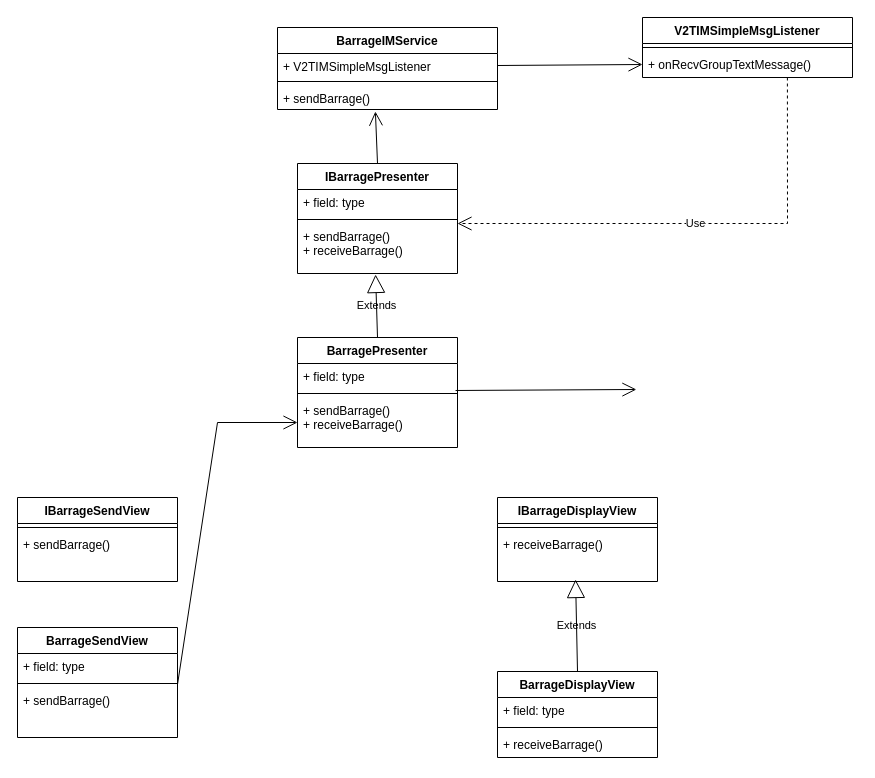
Above: diagrams/弹幕组件.drawio in paopaosecret/resources (draw.io), before the change. Source tidied: cells renumbered, new cells numbered last; positions are measured from the earlier drawing's top-left corner, leaving out a move shared by most shapes. Both pictures are drawn from the tidied source at 100%, with x=0, y=0 at pixel (17, 17).
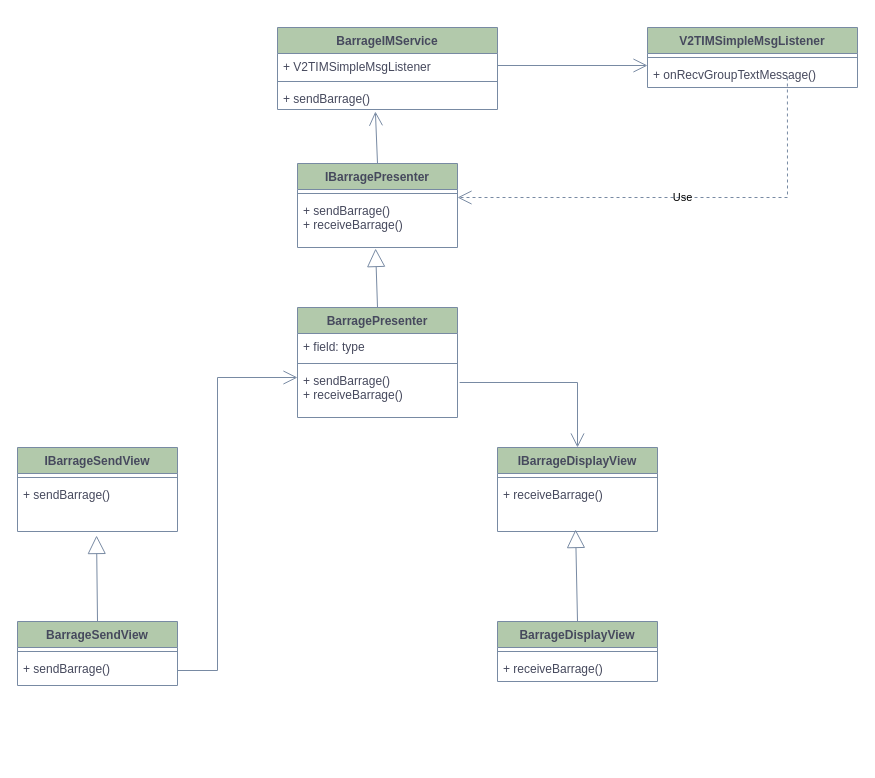
After the change.

Commit message:
更新弹幕组件.drawio

The edit, as a diff of the source:
```diff
@@
-    <mxCell id="2" value="V2TIMSimpleMsgListener" style="swimlane;fontStyle=1;align=center;verticalAlign=top;horizontal=1;startSize=26;whiteSpace=wrap;html=1;labelBackgroundColor=none;" parent="1" vertex="1">
-      <mxGeometry x="625" width="210" height="60" as="geometry" />
+    <mxCell id="2" value="V2TIMSimpleMsgListener" style="swimlane;fontStyle=1;align=center;verticalAlign=top;horizontal=1;startSize=26;whiteSpace=wrap;html=1;labelBackgroundColor=none;fillColor=#B2C9AB;strokeColor=#788AA3;fontColor=#46495D;" parent="1" vertex="1">
+      <mxGeometry x="630" y="10" width="210" height="60" as="geometry" />
     </mxCell>
-    <mxCell id="3" style="line;strokeWidth=1;align=left;verticalAlign=middle;spacingTop=-1;spacingLeft=3;spacingRight=3;labelPosition=right;labelBackgroundColor=none;" parent="2" vertex="1">
+    <mxCell id="3" style="line;strokeWidth=1;align=left;verticalAlign=middle;spacingTop=-1;spacingLeft=3;spacingRight=3;labelPosition=right;labelBackgroundColor=none;fillColor=#B2C9AB;strokeColor=#788AA3;fontColor=#46495D;" parent="2" vertex="1">
       <mxGeometry y="26" width="210" height="8" as="geometry" />
     </mxCell>
-    <mxCell id="4" value="+&amp;nbsp;onRecvGroupTextMessage()" style="text;align=left;verticalAlign=top;spacingLeft=4;spacingRight=4;overflow=hidden;points=[[0,0.5],[1,0.5]];portConstraint=eastwest;whiteSpace=wrap;html=1;labelBackgroundColor=none;" parent="2" vertex="1">
+    <mxCell id="4" value="+&amp;nbsp;onRecvGroupTextMessage()" style="text;align=left;verticalAlign=top;spacingLeft=4;spacingRight=4;overflow=hidden;points=[[0,0.5],[1,0.5]];portConstraint=eastwest;whiteSpace=wrap;html=1;labelBackgroundColor=none;fontColor=#46495D;" parent="2" vertex="1">
       <mxGeometry y="34" width="210" height="26" as="geometry" />
     </mxCell>
-    <mxCell id="5" value="BarrageIMService" style="swimlane;fontStyle=1;align=center;verticalAlign=top;horizontal=1;startSize=26;whiteSpace=wrap;html=1;labelBackgroundColor=none;" parent="1" vertex="1">
+    <mxCell id="5" value="BarrageIMService" style="swimlane;fontStyle=1;align=center;verticalAlign=top;horizontal=1;startSize=26;whiteSpace=wrap;html=1;labelBackgroundColor=none;fillColor=#B2C9AB;strokeColor=#788AA3;fontColor=#46495D;" parent="1" vertex="1">
       <mxGeometry x="260" y="10" width="220" height="82" as="geometry" />
     </mxCell>
-    <mxCell id="6" value="+&amp;nbsp;V2TIMSimpleMsgListener" style="text;align=left;verticalAlign=top;spacingLeft=4;spacingRight=4;overflow=hidden;points=[[0,0.5],[1,0.5]];portConstraint=eastwest;whiteSpace=wrap;html=1;labelBackgroundColor=none;" parent="5" vertex="1">
+    <mxCell id="6" value="+&amp;nbsp;V2TIMSimpleMsgListener" style="text;align=left;verticalAlign=top;spacingLeft=4;spacingRight=4;overflow=hidden;points=[[0,0.5],[1,0.5]];portConstraint=eastwest;whiteSpace=wrap;html=1;labelBackgroundColor=none;fontColor=#46495D;" parent="5" vertex="1">
       <mxGeometry y="26" width="220" height="24" as="geometry" />
     </mxCell>
-    <mxCell id="7" style="line;strokeWidth=1;align=left;verticalAlign=middle;spacingTop=-1;spacingLeft=3;spacingRight=3;labelPosition=right;labelBackgroundColor=none;" parent="5" vertex="1">
+    <mxCell id="7" style="line;strokeWidth=1;align=left;verticalAlign=middle;spacingTop=-1;spacingLeft=3;spacingRight=3;labelPosition=right;labelBackgroundColor=none;fillColor=#B2C9AB;strokeColor=#788AA3;fontColor=#46495D;" parent="5" vertex="1">
       <mxGeometry y="50" width="220" height="8" as="geometry" />
     </mxCell>
-    <mxCell id="8" value="+&amp;nbsp;sendBarrage()" style="text;align=left;verticalAlign=top;spacingLeft=4;spacingRight=4;overflow=hidden;points=[[0,0.5],[1,0.5]];portConstraint=eastwest;whiteSpace=wrap;html=1;labelBackgroundColor=none;" parent="5" vertex="1">
+    <mxCell id="8" value="+&amp;nbsp;sendBarrage()" style="text;align=left;verticalAlign=top;spacingLeft=4;spacingRight=4;overflow=hidden;points=[[0,0.5],[1,0.5]];portConstraint=eastwest;whiteSpace=wrap;html=1;labelBackgroundColor=none;fontColor=#46495D;" parent="5" vertex="1">
       <mxGeometry y="58" width="220" height="24" as="geometry" />
     </mxCell>
-    <mxCell id="9" style="endArrow=open;endFill=1;endSize=12;html=1;rounded=0;exitX=1;exitY=0.5;exitDx=0;exitDy=0;entryX=0;entryY=0.5;entryDx=0;entryDy=0;labelBackgroundColor=none;fontColor=default;" parent="1" edge="1" source="6" target="4">
+    <mxCell id="9" style="endArrow=open;endFill=1;endSize=12;html=1;rounded=0;exitX=1;exitY=0.5;exitDx=0;exitDy=0;entryX=0;entryY=0.154;entryDx=0;entryDy=0;labelBackgroundColor=none;fontColor=default;entryPerimeter=0;strokeColor=#788AA3;" parent="1" edge="1" source="6" target="4">
       <mxGeometry relative="1" as="geometry" />
     </mxCell>
-    <mxCell id="10" value="IBarragePresenter" style="swimlane;fontStyle=1;align=center;verticalAlign=top;horizontal=1;startSize=26;whiteSpace=wrap;html=1;labelBackgroundColor=none;" parent="1" vertex="1">
-      <mxGeometry x="280" y="146" width="160" height="110" as="geometry" />
+    <mxCell id="10" value="IBarragePresenter" style="swimlane;fontStyle=1;align=center;verticalAlign=top;horizontal=1;startSize=26;whiteSpace=wrap;html=1;labelBackgroundColor=none;fillColor=#B2C9AB;strokeColor=#788AA3;fontColor=#46495D;" parent="1" vertex="1">
+      <mxGeometry x="280" y="146" width="160" height="84" as="geometry" />
     </mxCell>
-    <mxCell id="11" value="+ field: type" style="text;align=left;verticalAlign=top;spacingLeft=4;spacingRight=4;overflow=hidden;whiteSpace=wrap;html=1;labelBackgroundColor=none;" parent="10" vertex="1">
-      <mxGeometry y="26" width="160" height="26" as="geometry" />
-    </mxCell>
-    <mxCell id="12" style="line;strokeWidth=1;align=left;verticalAlign=middle;spacingTop=-1;spacingLeft=3;spacingRight=3;labelPosition=right;labelBackgroundColor=none;" parent="10" vertex="1">
-      <mxGeometry y="52" width="160" height="8" as="geometry" />
+    <mxCell id="12" style="line;strokeWidth=1;align=left;verticalAlign=middle;spacingTop=-1;spacingLeft=3;spacingRight=3;labelPosition=right;labelBackgroundColor=none;fillColor=#B2C9AB;strokeColor=#788AA3;fontColor=#46495D;" parent="10" vertex="1">
+      <mxGeometry y="26" width="160" height="8" as="geometry" />
     </mxCell>
-    <mxCell id="13" value="+&amp;nbsp;sendBarrage()&lt;br&gt;+&amp;nbsp;receiveBarrage()" style="text;align=left;verticalAlign=top;spacingLeft=4;spacingRight=4;overflow=hidden;points=[[0,0.5],[1,0.5]];portConstraint=eastwest;whiteSpace=wrap;html=1;labelBackgroundColor=none;" parent="10" vertex="1">
-      <mxGeometry y="60" width="160" height="50" as="geometry" />
+    <mxCell id="13" value="+&amp;nbsp;sendBarrage()&lt;br&gt;+&amp;nbsp;receiveBarrage()" style="text;align=left;verticalAlign=top;spacingLeft=4;spacingRight=4;overflow=hidden;points=[[0,0.5],[1,0.5]];portConstraint=eastwest;whiteSpace=wrap;html=1;labelBackgroundColor=none;fontColor=#46495D;" parent="10" vertex="1">
+      <mxGeometry y="34" width="160" height="50" as="geometry" />
     </mxCell>
-    <mxCell id="14" style="endArrow=open;endFill=1;endSize=12;html=1;rounded=0;exitX=0.5;exitY=0;exitDx=0;exitDy=0;labelBackgroundColor=none;fontColor=default;entryX=0.445;entryY=1.083;entryDx=0;entryDy=0;entryPerimeter=0;" parent="1" edge="1" source="10" target="8">
+    <mxCell id="14" style="endArrow=open;endFill=1;endSize=12;html=1;rounded=0;exitX=0.5;exitY=0;exitDx=0;exitDy=0;labelBackgroundColor=none;fontColor=default;entryX=0.445;entryY=1.083;entryDx=0;entryDy=0;entryPerimeter=0;strokeColor=#788AA3;" parent="1" edge="1" source="10" target="8">
       <mxGeometry relative="1" as="geometry" />
     </mxCell>
-    <mxCell id="15" style="endArrow=open;endFill=1;endSize=12;html=1;rounded=0;entryX=-0.005;entryY=-0.077;entryDx=0;entryDy=0;entryPerimeter=0;labelBackgroundColor=none;fontColor=default;exitX=0.988;exitY=1.038;exitDx=0;exitDy=0;exitPerimeter=0;" parent="1" edge="1" source="22">
+    <mxCell id="15" style="endArrow=open;endFill=1;endSize=12;html=1;rounded=0;entryX=0.5;entryY=0;entryDx=0;entryDy=0;labelBackgroundColor=none;fontColor=default;exitX=1.013;exitY=0.3;exitDx=0;exitDy=0;exitPerimeter=0;strokeColor=#788AA3;" parent="1" edge="1" source="24" target="34">
       <mxGeometry relative="1" as="geometry">
-        <mxPoint x="618.9" y="372" as="targetPoint" />
+        <Array as="points">
+          <mxPoint x="560" y="365" />
+        </Array>
       </mxGeometry>
     </mxCell>
-    <mxCell id="16" value="BarrageDisplayView" style="swimlane;fontStyle=1;align=center;verticalAlign=top;horizontal=1;startSize=26;whiteSpace=wrap;html=1;labelBackgroundColor=none;" parent="1" vertex="1">
-      <mxGeometry x="480" y="654" width="160" height="86" as="geometry" />
+    <mxCell id="16" value="BarrageDisplayView" style="swimlane;fontStyle=1;align=center;verticalAlign=top;horizontal=1;startSize=26;whiteSpace=wrap;html=1;labelBackgroundColor=none;fillColor=#B2C9AB;strokeColor=#788AA3;fontColor=#46495D;" parent="1" vertex="1">
+      <mxGeometry x="480" y="604" width="160" height="60" as="geometry" />
     </mxCell>
-    <mxCell id="17" value="+ field: type" style="text;align=left;verticalAlign=top;spacingLeft=4;spacingRight=4;overflow=hidden;whiteSpace=wrap;html=1;labelBackgroundColor=none;" parent="16" vertex="1">
-      <mxGeometry y="26" width="160" height="26" as="geometry" />
-    </mxCell>
-    <mxCell id="18" style="line;strokeWidth=1;align=left;verticalAlign=middle;spacingTop=-1;spacingLeft=3;spacingRight=3;labelPosition=right;labelBackgroundColor=none;" parent="16" vertex="1">
-      <mxGeometry y="52" width="160" height="8" as="geometry" />
+    <mxCell id="18" style="line;strokeWidth=1;align=left;verticalAlign=middle;spacingTop=-1;spacingLeft=3;spacingRight=3;labelPosition=right;labelBackgroundColor=none;fillColor=#B2C9AB;strokeColor=#788AA3;fontColor=#46495D;" parent="16" vertex="1">
+      <mxGeometry y="26" width="160" height="8" as="geometry" />
     </mxCell>
-    <mxCell id="19" value="+&amp;nbsp;receiveBarrage()" style="text;align=left;verticalAlign=top;spacingLeft=4;spacingRight=4;overflow=hidden;whiteSpace=wrap;html=1;labelBackgroundColor=none;" parent="16" vertex="1">
-      <mxGeometry y="60" width="160" height="26" as="geometry" />
+    <mxCell id="19" value="+&amp;nbsp;receiveBarrage()" style="text;align=left;verticalAlign=top;spacingLeft=4;spacingRight=4;overflow=hidden;whiteSpace=wrap;html=1;labelBackgroundColor=none;fontColor=#46495D;" parent="16" vertex="1">
+      <mxGeometry y="34" width="160" height="26" as="geometry" />
     </mxCell>
-    <mxCell id="20" value="Extends" style="endArrow=block;endSize=16;endFill=0;html=1;rounded=0;exitX=0.5;exitY=0;exitDx=0;exitDy=0;entryX=0.488;entryY=0.96;entryDx=0;entryDy=0;entryPerimeter=0;labelBackgroundColor=none;fontColor=default;" parent="1" edge="1" source="16" target="36">
+    <mxCell id="20" style="endArrow=block;endSize=16;endFill=0;html=1;rounded=0;exitX=0.5;exitY=0;exitDx=0;exitDy=0;entryX=0.488;entryY=0.96;entryDx=0;entryDy=0;entryPerimeter=0;labelBackgroundColor=none;fontColor=default;strokeColor=#788AA3;" parent="1" edge="1" source="16" target="36">
       <mxGeometry relative="1" as="geometry" />
     </mxCell>
-    <mxCell id="21" value="BarragePresenter" style="swimlane;fontStyle=1;align=center;verticalAlign=top;horizontal=1;startSize=26;whiteSpace=wrap;html=1;labelBackgroundColor=none;" parent="1" vertex="1">
-      <mxGeometry x="280" y="320" width="160" height="110" as="geometry" />
+    <mxCell id="21" value="BarragePresenter" style="swimlane;fontStyle=1;align=center;verticalAlign=top;horizontal=1;startSize=26;whiteSpace=wrap;html=1;labelBackgroundColor=none;fillColor=#B2C9AB;strokeColor=#788AA3;fontColor=#46495D;" parent="1" vertex="1">
+      <mxGeometry x="280" y="290" width="160" height="110" as="geometry" />
     </mxCell>
-    <mxCell id="22" value="+ field: type" style="text;align=left;verticalAlign=top;spacingLeft=4;spacingRight=4;overflow=hidden;points=[[0,0.5],[1,0.5]];portConstraint=eastwest;whiteSpace=wrap;html=1;labelBackgroundColor=none;" parent="21" vertex="1">
+    <mxCell id="22" value="+ field: type" style="text;align=left;verticalAlign=top;spacingLeft=4;spacingRight=4;overflow=hidden;points=[[0,0.5],[1,0.5]];portConstraint=eastwest;whiteSpace=wrap;html=1;labelBackgroundColor=none;fontColor=#46495D;" parent="21" vertex="1">
       <mxGeometry y="26" width="160" height="26" as="geometry" />
     </mxCell>
-    <mxCell id="23" style="line;strokeWidth=1;align=left;verticalAlign=middle;spacingTop=-1;spacingLeft=3;spacingRight=3;labelPosition=right;labelBackgroundColor=none;" parent="21" vertex="1">
+    <mxCell id="23" style="line;strokeWidth=1;align=left;verticalAlign=middle;spacingTop=-1;spacingLeft=3;spacingRight=3;labelPosition=right;labelBackgroundColor=none;fillColor=#B2C9AB;strokeColor=#788AA3;fontColor=#46495D;" parent="21" vertex="1">
       <mxGeometry y="52" width="160" height="8" as="geometry" />
     </mxCell>
-    <mxCell id="24" value="+&amp;nbsp;sendBarrage()&lt;br&gt;+&amp;nbsp;receiveBarrage()" style="text;align=left;verticalAlign=top;spacingLeft=4;spacingRight=4;overflow=hidden;points=[[0,0.5],[1,0.5]];portConstraint=eastwest;whiteSpace=wrap;html=1;labelBackgroundColor=none;" parent="21" vertex="1">
+    <mxCell id="24" value="+&amp;nbsp;sendBarrage()&lt;br&gt;+&amp;nbsp;receiveBarrage()" style="text;align=left;verticalAlign=top;spacingLeft=4;spacingRight=4;overflow=hidden;points=[[0,0.5],[1,0.5]];portConstraint=eastwest;whiteSpace=wrap;html=1;labelBackgroundColor=none;fontColor=#46495D;" parent="21" vertex="1">
       <mxGeometry y="60" width="160" height="50" as="geometry" />
     </mxCell>
-    <mxCell id="25" value="BarrageSendView" style="swimlane;fontStyle=1;align=center;verticalAlign=top;horizontal=1;startSize=26;whiteSpace=wrap;html=1;labelBackgroundColor=none;" parent="1" vertex="1">
-      <mxGeometry y="610" width="160" height="110" as="geometry" />
+    <mxCell id="25" value="BarrageSendView" style="swimlane;fontStyle=1;align=center;verticalAlign=top;horizontal=1;startSize=26;whiteSpace=wrap;html=1;labelBackgroundColor=none;fillColor=#B2C9AB;strokeColor=#788AA3;fontColor=#46495D;" parent="1" vertex="1">
+      <mxGeometry y="604" width="160" height="64" as="geometry" />
     </mxCell>
-    <mxCell id="26" value="+ field: type" style="text;align=left;verticalAlign=top;spacingLeft=4;spacingRight=4;overflow=hidden;points=[[0,0.5],[1,0.5]];portConstraint=eastwest;whiteSpace=wrap;html=1;labelBackgroundColor=none;" parent="25" vertex="1">
-      <mxGeometry y="26" width="160" height="26" as="geometry" />
-    </mxCell>
-    <mxCell id="27" style="line;strokeWidth=1;align=left;verticalAlign=middle;spacingTop=-1;spacingLeft=3;spacingRight=3;labelPosition=right;labelBackgroundColor=none;" parent="25" vertex="1">
-      <mxGeometry y="52" width="160" height="8" as="geometry" />
+    <mxCell id="27" style="line;strokeWidth=1;align=left;verticalAlign=middle;spacingTop=-1;spacingLeft=3;spacingRight=3;labelPosition=right;labelBackgroundColor=none;fillColor=#B2C9AB;strokeColor=#788AA3;fontColor=#46495D;" parent="25" vertex="1">
+      <mxGeometry y="26" width="160" height="8" as="geometry" />
     </mxCell>
-    <mxCell id="28" value="+&amp;nbsp;sendBarrage()" style="text;align=left;verticalAlign=top;spacingLeft=4;spacingRight=4;overflow=hidden;points=[[0,0.5],[1,0.5]];portConstraint=eastwest;whiteSpace=wrap;html=1;labelBackgroundColor=none;" parent="25" vertex="1">
-      <mxGeometry y="60" width="160" height="50" as="geometry" />
+    <mxCell id="28" value="+&amp;nbsp;sendBarrage()" style="text;align=left;verticalAlign=top;spacingLeft=4;spacingRight=4;overflow=hidden;points=[[0,0.5],[1,0.5]];portConstraint=eastwest;whiteSpace=wrap;html=1;labelBackgroundColor=none;fontColor=#46495D;" parent="25" vertex="1">
+      <mxGeometry y="34" width="160" height="30" as="geometry" />
     </mxCell>
-    <mxCell id="29" value="Use" style="endArrow=open;endSize=12;dashed=1;html=1;rounded=0;exitX=0.314;exitY=1.038;exitDx=0;exitDy=0;exitPerimeter=0;entryX=1;entryY=0;entryDx=0;entryDy=0;entryPerimeter=0;" parent="1" edge="1" target="13">
+    <mxCell id="29" value="Use" style="endArrow=open;endSize=12;dashed=1;html=1;rounded=0;exitX=0.314;exitY=1.038;exitDx=0;exitDy=0;exitPerimeter=0;entryX=1;entryY=0;entryDx=0;entryDy=0;entryPerimeter=0;labelBackgroundColor=none;strokeColor=#788AA3;fontColor=default;" parent="1" edge="1" target="13">
       <mxGeometry relative="1" as="geometry">
         <mxPoint x="769.9" y="60" as="sourcePoint" />
         <Array as="points">
-          <mxPoint x="770" y="206" />
+          <mxPoint x="770" y="180" />
         </Array>
       </mxGeometry>
     </mxCell>
-    <mxCell id="30" value="IBarrageSendView" style="swimlane;fontStyle=1;align=center;verticalAlign=top;horizontal=1;startSize=26;whiteSpace=wrap;html=1;labelBackgroundColor=none;" parent="1" vertex="1">
-      <mxGeometry y="480" width="160" height="84" as="geometry" />
+    <mxCell id="30" value="IBarrageSendView" style="swimlane;fontStyle=1;align=center;verticalAlign=top;horizontal=1;startSize=26;whiteSpace=wrap;html=1;labelBackgroundColor=none;fillColor=#B2C9AB;strokeColor=#788AA3;fontColor=#46495D;" parent="1" vertex="1">
+      <mxGeometry y="430" width="160" height="84" as="geometry" />
     </mxCell>
-    <mxCell id="31" style="line;strokeWidth=1;align=left;verticalAlign=middle;spacingTop=-1;spacingLeft=3;spacingRight=3;labelPosition=right;labelBackgroundColor=none;" parent="30" vertex="1">
+    <mxCell id="31" style="line;strokeWidth=1;align=left;verticalAlign=middle;spacingTop=-1;spacingLeft=3;spacingRight=3;labelPosition=right;labelBackgroundColor=none;fillColor=#B2C9AB;strokeColor=#788AA3;fontColor=#46495D;" parent="30" vertex="1">
       <mxGeometry y="26" width="160" height="8" as="geometry" />
     </mxCell>
-    <mxCell id="32" value="+&amp;nbsp;sendBarrage()" style="text;align=left;verticalAlign=top;spacingLeft=4;spacingRight=4;overflow=hidden;points=[[0,0.5],[1,0.5]];portConstraint=eastwest;whiteSpace=wrap;html=1;labelBackgroundColor=none;" parent="30" vertex="1">
+    <mxCell id="32" value="+&amp;nbsp;sendBarrage()" style="text;align=left;verticalAlign=top;spacingLeft=4;spacingRight=4;overflow=hidden;points=[[0,0.5],[1,0.5]];portConstraint=eastwest;whiteSpace=wrap;html=1;labelBackgroundColor=none;fontColor=#46495D;" parent="30" vertex="1">
       <mxGeometry y="34" width="160" height="50" as="geometry" />
     </mxCell>
-    <mxCell id="33" value="Extends" style="endArrow=block;endSize=16;endFill=0;html=1;rounded=0;exitX=0.5;exitY=0;exitDx=0;exitDy=0;entryX=0.488;entryY=1.02;entryDx=0;entryDy=0;entryPerimeter=0;labelBackgroundColor=none;fontColor=default;" parent="1" edge="1" source="21" target="13">
+    <mxCell id="33" style="endArrow=block;endSize=16;endFill=0;html=1;rounded=0;exitX=0.5;exitY=0;exitDx=0;exitDy=0;entryX=0.488;entryY=1.02;entryDx=0;entryDy=0;entryPerimeter=0;labelBackgroundColor=none;fontColor=default;strokeColor=#788AA3;" parent="1" edge="1" source="21" target="13">
       <mxGeometry relative="1" as="geometry" />
     </mxCell>
-    <mxCell id="34" value="IBarrageDisplayView" style="swimlane;fontStyle=1;align=center;verticalAlign=top;horizontal=1;startSize=26;whiteSpace=wrap;html=1;labelBackgroundColor=none;" parent="1" vertex="1">
-      <mxGeometry x="480" y="480" width="160" height="84" as="geometry" />
+    <mxCell id="34" value="IBarrageDisplayView" style="swimlane;fontStyle=1;align=center;verticalAlign=top;horizontal=1;startSize=26;whiteSpace=wrap;html=1;labelBackgroundColor=none;fillColor=#B2C9AB;strokeColor=#788AA3;fontColor=#46495D;" parent="1" vertex="1">
+      <mxGeometry x="480" y="430" width="160" height="84" as="geometry" />
     </mxCell>
-    <mxCell id="35" style="line;strokeWidth=1;align=left;verticalAlign=middle;spacingTop=-1;spacingLeft=3;spacingRight=3;labelPosition=right;labelBackgroundColor=none;" parent="34" vertex="1">
+    <mxCell id="35" style="line;strokeWidth=1;align=left;verticalAlign=middle;spacingTop=-1;spacingLeft=3;spacingRight=3;labelPosition=right;labelBackgroundColor=none;fillColor=#B2C9AB;strokeColor=#788AA3;fontColor=#46495D;" parent="34" vertex="1">
       <mxGeometry y="26" width="160" height="8" as="geometry" />
     </mxCell>
-    <mxCell id="36" value="+&amp;nbsp;receiveBarrage()" style="text;align=left;verticalAlign=top;spacingLeft=4;spacingRight=4;overflow=hidden;points=[[0,0.5],[1,0.5]];portConstraint=eastwest;whiteSpace=wrap;html=1;labelBackgroundColor=none;" parent="34" vertex="1">
+    <mxCell id="36" value="+&amp;nbsp;receiveBarrage()" style="text;align=left;verticalAlign=top;spacingLeft=4;spacingRight=4;overflow=hidden;points=[[0,0.5],[1,0.5]];portConstraint=eastwest;whiteSpace=wrap;html=1;labelBackgroundColor=none;fontColor=#46495D;" parent="34" vertex="1">
       <mxGeometry y="34" width="160" height="50" as="geometry" />
     </mxCell>
-    <mxCell id="37" style="endArrow=open;endFill=1;endSize=12;html=1;rounded=0;entryX=0;entryY=0.5;entryDx=0;entryDy=0;labelBackgroundColor=none;fontColor=default;exitX=1;exitY=1.192;exitDx=0;exitDy=0;exitPerimeter=0;" parent="1" edge="1" source="26" target="24">
+    <mxCell id="37" style="endArrow=open;endFill=1;endSize=12;html=1;rounded=0;entryX=0;entryY=0.5;entryDx=0;entryDy=0;labelBackgroundColor=none;fontColor=default;exitX=1;exitY=0.5;exitDx=0;exitDy=0;strokeColor=#788AA3;" parent="1" edge="1" source="28">
       <mxGeometry relative="1" as="geometry">
+        <mxPoint x="280" y="360" as="targetPoint" />
         <Array as="points">
-          <mxPoint x="200" y="405" />
+          <mxPoint x="200" y="653" />
+          <mxPoint x="200" y="360" />
         </Array>
       </mxGeometry>
     </mxCell>
+    <mxCell id="38" style="endArrow=block;endSize=16;endFill=0;html=1;rounded=0;exitX=0.5;exitY=0;exitDx=0;exitDy=0;entryX=0.494;entryY=1.08;entryDx=0;entryDy=0;entryPerimeter=0;labelBackgroundColor=none;fontColor=default;strokeColor=#788AA3;" parent="1" edge="1" source="25" target="32">
+      <mxGeometry relative="1" as="geometry" />
+    </mxCell>
```
